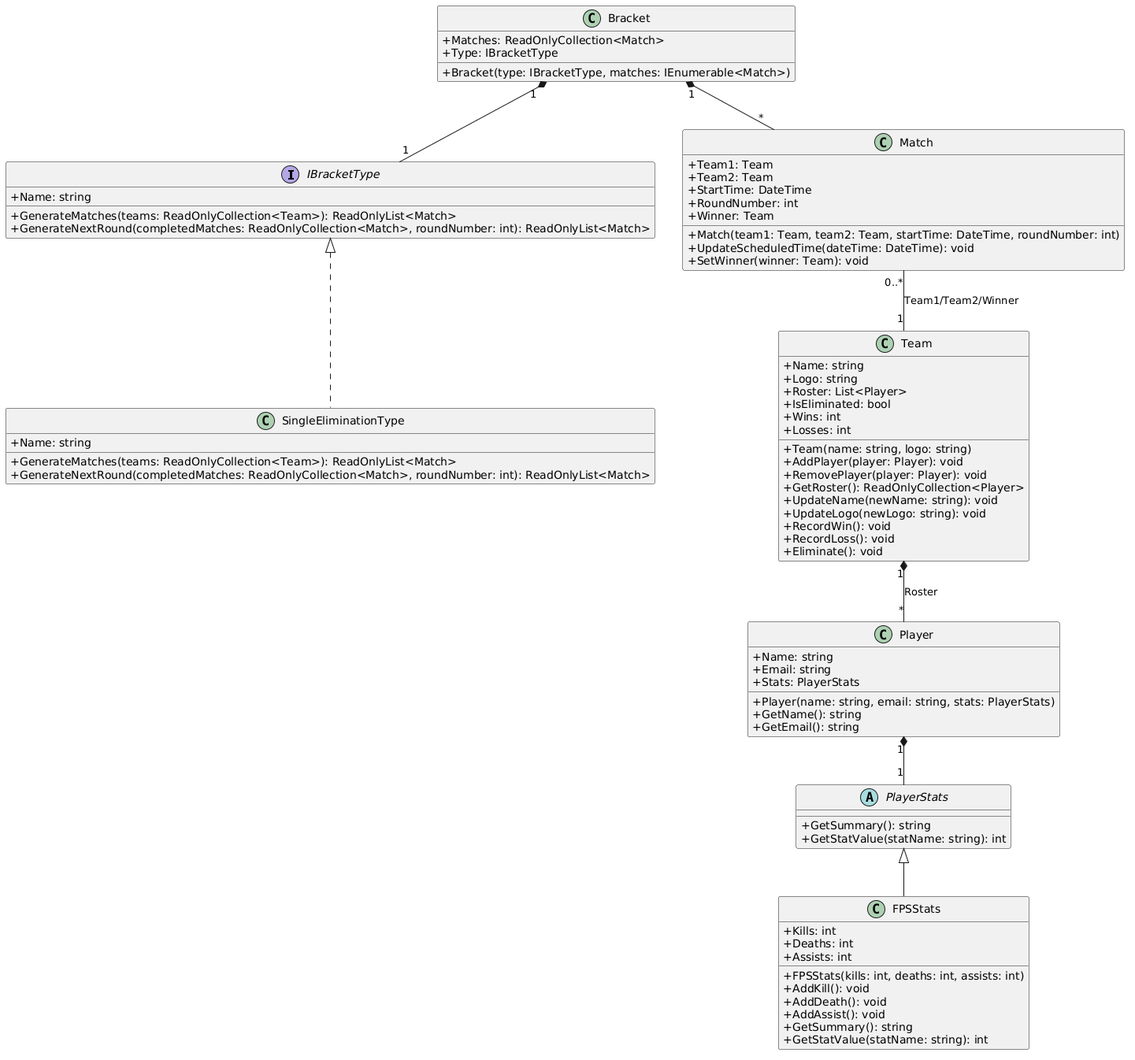
Earlier version of the PlantUML export Game-Bracket/Test2Memo_UML_Part1.png (linkevin03/Group-7-ITCS-3112). The source it was exported from:
```plantuml
@startuml
skinparam classAttributeIconSize 0

interface IBracketType {
    + Name: string
    + GenerateMatches(teams: ReadOnlyCollection<Team>): ReadOnlyList<Match>
    + GenerateNextRound(completedMatches: ReadOnlyCollection<Match>, roundNumber: int): ReadOnlyList<Match>
}

class SingleEliminationType implements IBracketType {
    + Name: string
    + GenerateMatches(teams: ReadOnlyCollection<Team>): ReadOnlyList<Match>
    + GenerateNextRound(completedMatches: ReadOnlyCollection<Match>, roundNumber: int): ReadOnlyList<Match>
}

class Bracket {
    + Matches: ReadOnlyCollection<Match>
    + Type: IBracketType
    + Bracket(type: IBracketType, matches: IEnumerable<Match>)
}

class Match {
    + Team1: Team
    + Team2: Team
    + StartTime: DateTime
    + RoundNumber: int
    + Winner: Team
    + Match(team1: Team, team2: Team, startTime: DateTime, roundNumber: int)
    + UpdateScheduledTime(dateTime: DateTime): void
    + SetWinner(winner: Team): void
}

class Team {
    + Name: string
    + Logo: string
    + Roster: List<Player>
    + IsEliminated: bool
    + Wins: int
    + Losses: int
    + Team(name: string, logo: string)
    + AddPlayer(player: Player): void
    + RemovePlayer(player: Player): void
    + GetRoster(): ReadOnlyCollection<Player>
    + UpdateName(newName: string): void
    + UpdateLogo(newLogo: string): void
    + RecordWin(): void
    + RecordLoss(): void
    + Eliminate(): void
}

class Player {
    + Name: string
    + Email: string
    + Stats: PlayerStats
    + Player(name: string, email: string, stats: PlayerStats)
    + GetName(): string
    + GetEmail(): string
}

abstract class PlayerStats {
    + GetSummary(): string
    + GetStatValue(statName: string): int
}

class FPSStats extends PlayerStats {
    + Kills: int
    + Deaths: int
    + Assists: int
    + FPSStats(kills: int, deaths: int, assists: int)
    + AddKill(): void
    + AddDeath(): void
    + AddAssist(): void
    + GetSummary(): string
    + GetStatValue(statName: string): int
}

Bracket "1" *-- "1" IBracketType
Bracket "1" *-- "*" Match
Match "0..*" -- "1" Team : Team1/Team2/Winner
Team "1" *-- "*" Player : Roster
Player "1" *-- "1" PlayerStats
@enduml
```
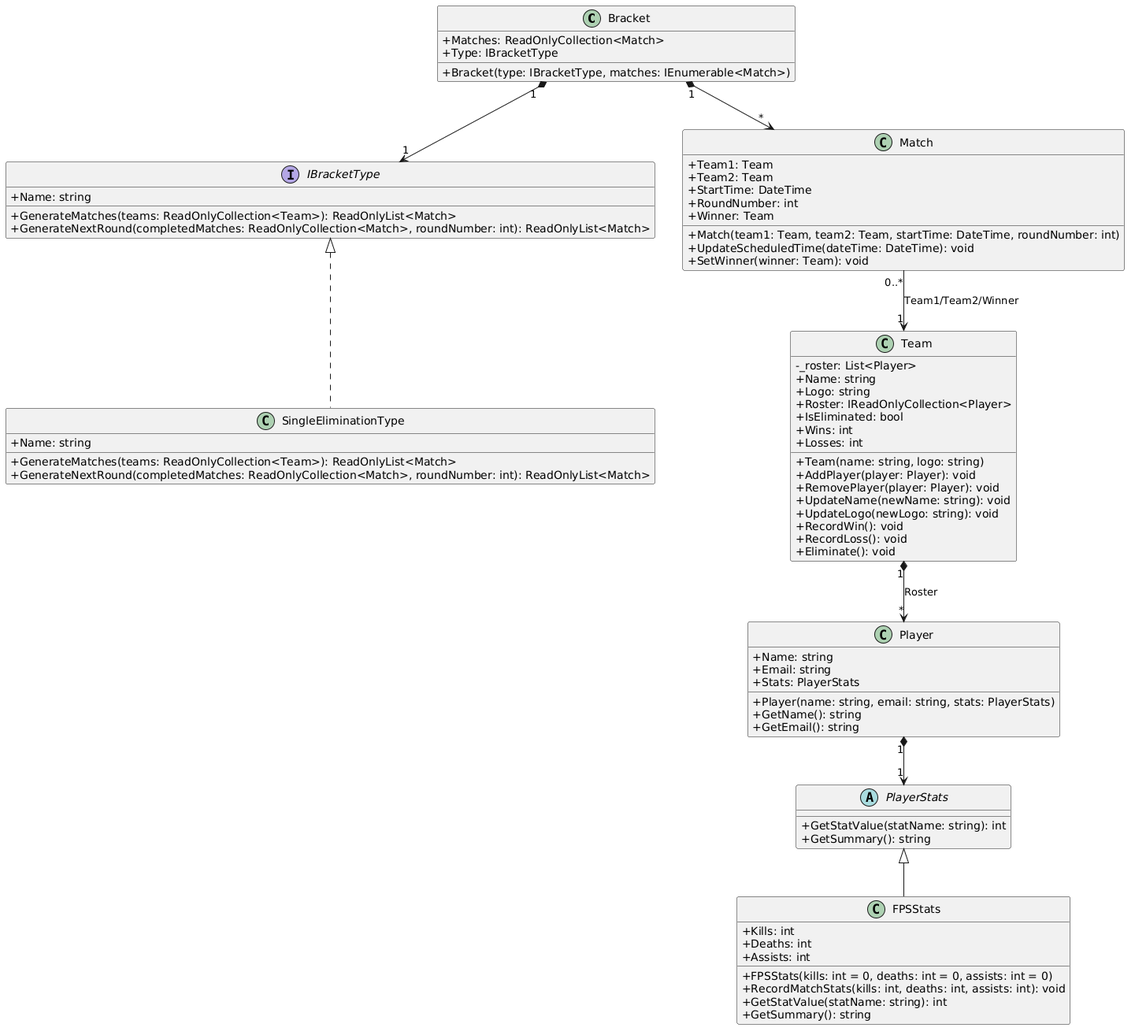
Later version of the same file.

Commit message:
Refactor Team and FPSStats domain models and update UML

The edit, as a diff of the source:
```diff
@@ -1,5 +1,12 @@
 @startuml
 skinparam classAttributeIconSize 0
+skinparam linetype polyline
+
+class Bracket {
+    + Matches: ReadOnlyCollection<Match>
+    + Type: IBracketType
+    + Bracket(type: IBracketType, matches: IEnumerable<Match>)
+}
 
 interface IBracketType {
     + Name: string
@@ -7,16 +14,10 @@
     + GenerateNextRound(completedMatches: ReadOnlyCollection<Match>, roundNumber: int): ReadOnlyList<Match>
 }
 
-class SingleEliminationType implements IBracketType {
+class SingleEliminationType {
     + Name: string
     + GenerateMatches(teams: ReadOnlyCollection<Team>): ReadOnlyList<Match>
     + GenerateNextRound(completedMatches: ReadOnlyCollection<Match>, roundNumber: int): ReadOnlyList<Match>
-}
-
-class Bracket {
-    + Matches: ReadOnlyCollection<Match>
-    + Type: IBracketType
-    + Bracket(type: IBracketType, matches: IEnumerable<Match>)
 }
 
 class Match {
@@ -31,16 +32,16 @@
 }
 
 class Team {
+    - _roster: List<Player>
     + Name: string
     + Logo: string
-    + Roster: List<Player>
+    + Roster: IReadOnlyCollection<Player>
     + IsEliminated: bool
     + Wins: int
     + Losses: int
     + Team(name: string, logo: string)
     + AddPlayer(player: Player): void
     + RemovePlayer(player: Player): void
-    + GetRoster(): ReadOnlyCollection<Player>
     + UpdateName(newName: string): void
     + UpdateLogo(newLogo: string): void
     + RecordWin(): void
@@ -58,25 +59,25 @@
 }
 
 abstract class PlayerStats {
+    + GetStatValue(statName: string): int
     + GetSummary(): string
-    + GetStatValue(statName: string): int
 }
 
-class FPSStats extends PlayerStats {
+class FPSStats {
     + Kills: int
     + Deaths: int
     + Assists: int
-    + FPSStats(kills: int, deaths: int, assists: int)
-    + AddKill(): void
-    + AddDeath(): void
-    + AddAssist(): void
+    + FPSStats(kills: int = 0, deaths: int = 0, assists: int = 0)
+    + RecordMatchStats(kills: int, deaths: int, assists: int): void
+    + GetStatValue(statName: string): int
     + GetSummary(): string
-    + GetStatValue(statName: string): int
 }
 
-Bracket "1" *-- "1" IBracketType
-Bracket "1" *-- "*" Match
-Match "0..*" -- "1" Team : Team1/Team2/Winner
-Team "1" *-- "*" Player : Roster
-Player "1" *-- "1" PlayerStats
+Bracket "1" *--> "1" IBracketType
+Bracket "1" *--> "*" Match
+IBracketType <|.. SingleEliminationType
+Match "0..*" --> "1" Team : Team1/Team2/Winner
+Team "1" *--> "*" Player : Roster
+Player "1" *--> "1" PlayerStats
+PlayerStats <|-- FPSStats
 @enduml
```
